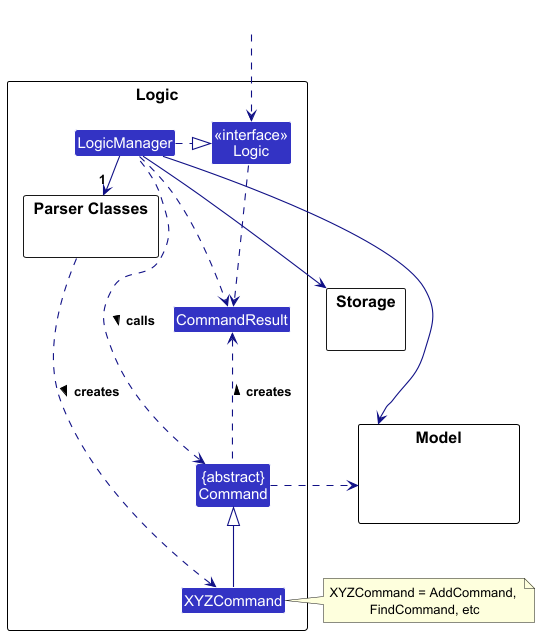
This is docs/images/LogicClassDiagram.png from nus-cs2103-AY2425S1/tp, a PlantUML export, as it was before one commit.
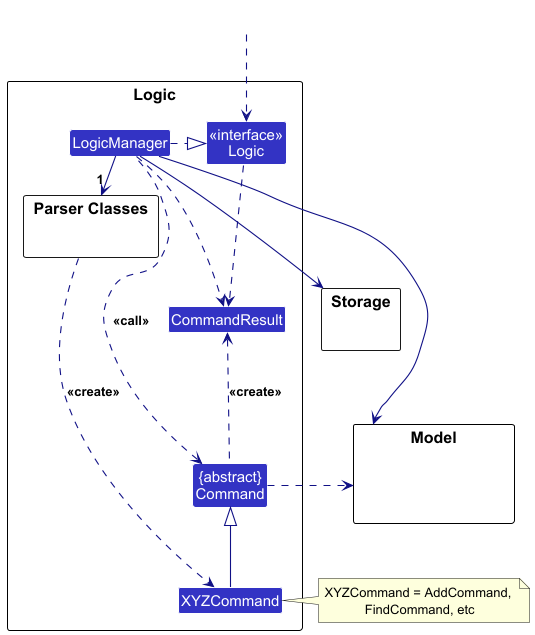
Later version of the same file.

Commit message:
Revert diagram changes

What changed in the source:
```diff
@@ -29,10 +29,10 @@
 
 LogicManager .right.|> Logic
 LogicManager -right->"1" ParserClasses
-ParserClasses ..> XYZCommand : creates >
+ParserClasses ..> XYZCommand : <<create>>
 
 XYZCommand -up-|> Command
-LogicManager .left.> Command : calls >
+LogicManager .left.> Command : <<call>>
 
 LogicManager --> Model
 LogicManager --> Storage
@@ -43,5 +43,5 @@
 
 Logic ..> CommandResult
 LogicManager .down.> CommandResult
-Command .up.> CommandResult : creates >
+Command .up.> CommandResult : <<create>>
 @enduml
```
